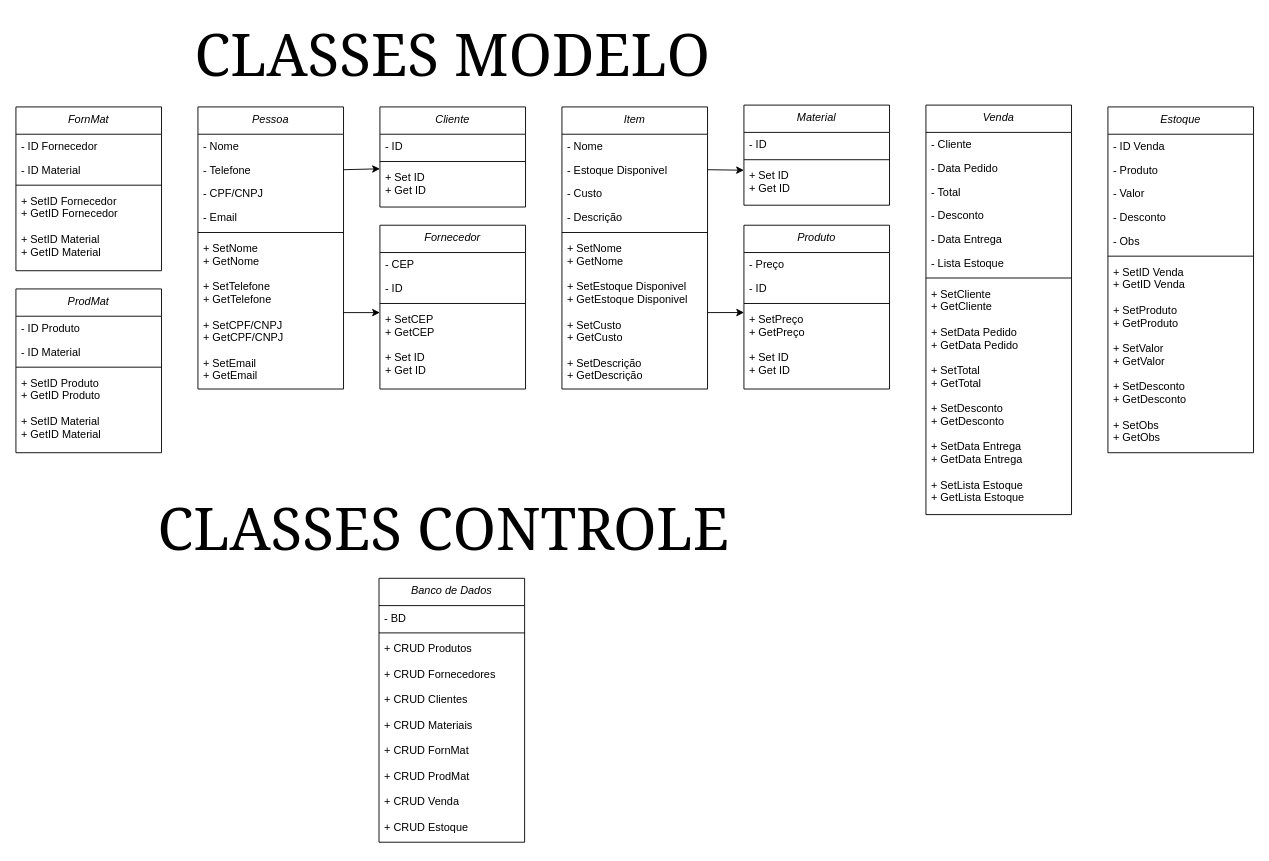
This is DOC/classe.drawio from ArthurCostaVieiraSesi/trabalhoDS, a draw.io file, before an edit. Source tidied: cells renumbered, new cells numbered last; positions are measured from the earlier drawing's top-left corner, leaving out a move shared by most shapes. Both pictures are drawn from the tidied source at 91%, with x=0, y=0 at pixel (15, 23).
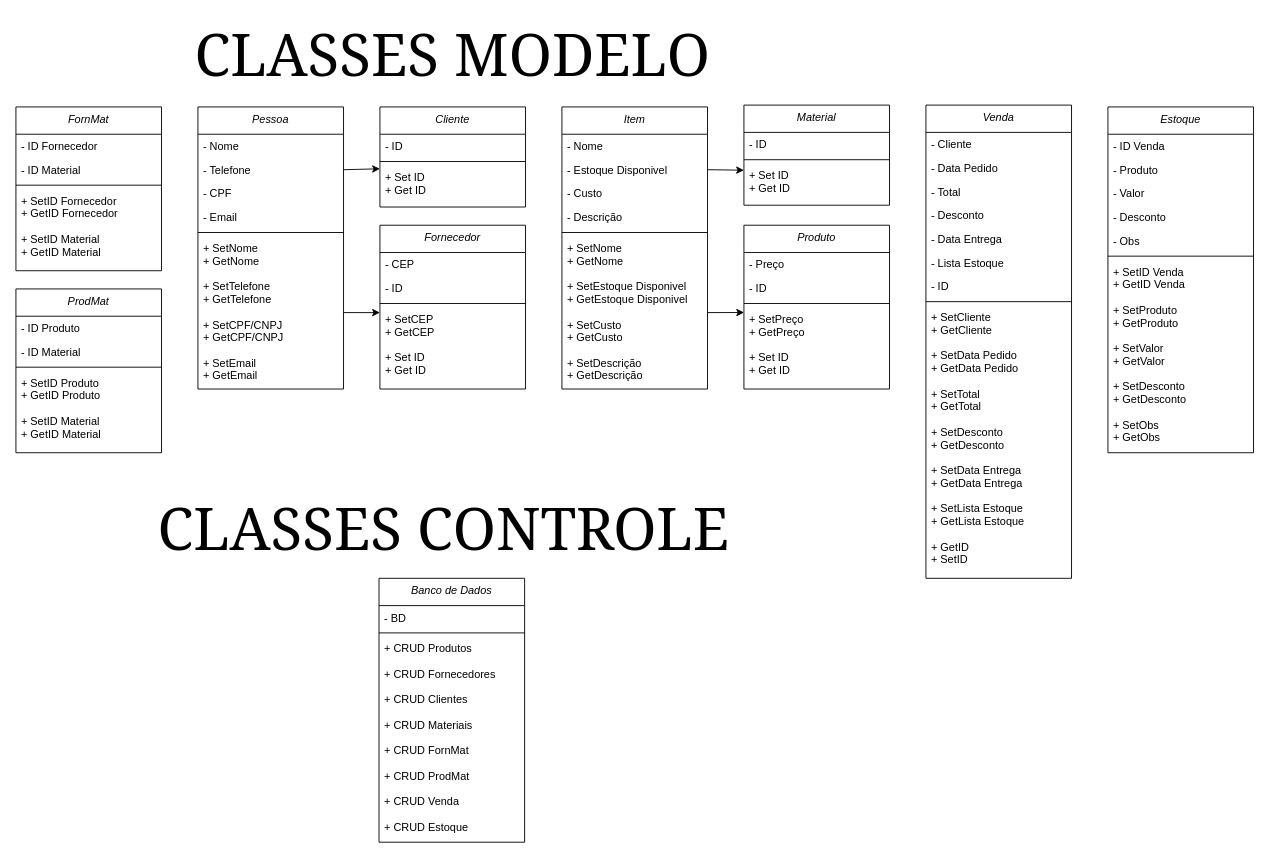
Above is the later version.

Unchanged cells that the change refers to:
```xml
<mxCell id="36" value="Pessoa" style="swimlane;fontStyle=2;align=center;verticalAlign=top;horizontal=1;startSize=30;rounded=0;shadow=0;strokeWidth=1;" parent="1" vertex="1">
  <mxGeometry x="200" y="92" width="160" height="310" as="geometry" />
</mxCell>
```

What changed in the source:
```diff
@@
-    <mxCell id="39" value="- CPF/CNPJ" style="text;align=left;verticalAlign=top;spacingLeft=4;spacingRight=4;overflow=hidden;rounded=0;shadow=0;html=0;" parent="36" vertex="1">
+    <mxCell id="39" value="- CPF" style="text;align=left;verticalAlign=top;spacingLeft=4;spacingRight=4;overflow=hidden;rounded=0;shadow=0;html=0;" parent="36" vertex="1">
       <mxGeometry y="82" width="160" height="26" as="geometry" />
     </mxCell>
@@
     <mxCell id="54" value="Venda" style="swimlane;fontStyle=2;align=center;verticalAlign=top;horizontal=1;startSize=30;rounded=0;shadow=0;strokeWidth=1;" parent="1" vertex="1">
-      <mxGeometry x="1000" y="90" width="160" height="450" as="geometry" />
+      <mxGeometry x="1000" y="90" width="160" height="520" as="geometry" />
     </mxCell>
@@
+    <mxCell id="71" value="- ID" style="text;align=left;verticalAlign=top;spacingLeft=4;spacingRight=4;overflow=hidden;" parent="54" vertex="1">
+      <mxGeometry y="186" width="160" height="26" as="geometry" />
+    </mxCell>
     <mxCell id="61" style="line;html=1;strokeWidth=1;align=left;verticalAlign=middle;spacingTop=-1;spacingLeft=3;spacingRight=3;labelPosition=right;" parent="54" vertex="1">
-      <mxGeometry y="186" width="160" height="8" as="geometry" />
+      <mxGeometry y="212" width="160" height="8" as="geometry" />
     </mxCell>
-    <mxCell id="62" value="+ SetCliente&#10;+ GetCliente&#10;&#10;+ SetData Pedido&#10;+ GetData Pedido&#10;&#10;+ SetTotal&#10;+ GetTotal&#10;&#10;+ SetDesconto&#10;+ GetDesconto&#10;&#10;+ SetData Entrega&#10;+ GetData Entrega&#10;&#10;+ SetLista Estoque&#10;+ GetLista Estoque" style="text;align=left;verticalAlign=top;spacingLeft=4;spacingRight=4;overflow=hidden;" parent="54" vertex="1">
-      <mxGeometry y="194" width="160" height="256" as="geometry" />
+    <mxCell id="62" value="+ SetCliente&#10;+ GetCliente&#10;&#10;+ SetData Pedido&#10;+ GetData Pedido&#10;&#10;+ SetTotal&#10;+ GetTotal&#10;&#10;+ SetDesconto&#10;+ GetDesconto&#10;&#10;+ SetData Entrega&#10;+ GetData Entrega&#10;&#10;+ SetLista Estoque&#10;+ GetLista Estoque&#10;&#10;+ GetID&#10;+ SetID" style="text;align=left;verticalAlign=top;spacingLeft=4;spacingRight=4;overflow=hidden;" parent="54" vertex="1">
+      <mxGeometry y="220" width="160" height="300" as="geometry" />
     </mxCell>
```
